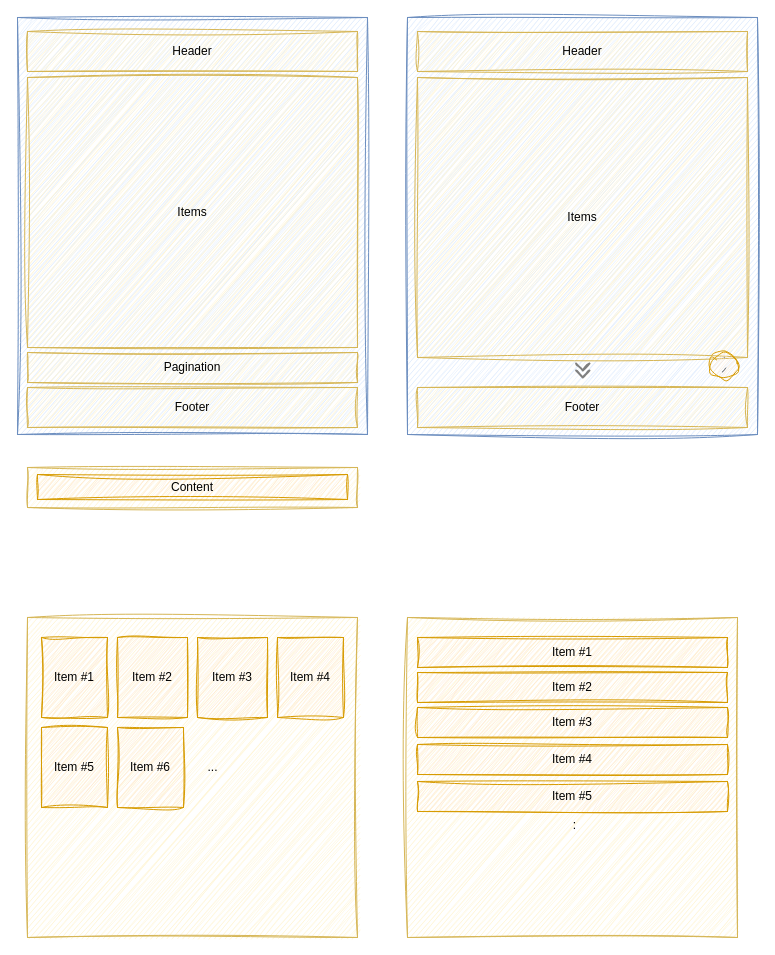
Earlier version of the draw.io diagram page "KGrid" (1 of 2) of docs/api/core/components/diagrams/collections.drawio (kalisio/kdk). Source tidied: cells renumbered, new cells numbered last; positions are measured from the earlier drawing's top-left corner, leaving out a move shared by most shapes. Both pictures are drawn from the tidied source at 100%, with x=0, y=0 at pixel (17, 17).
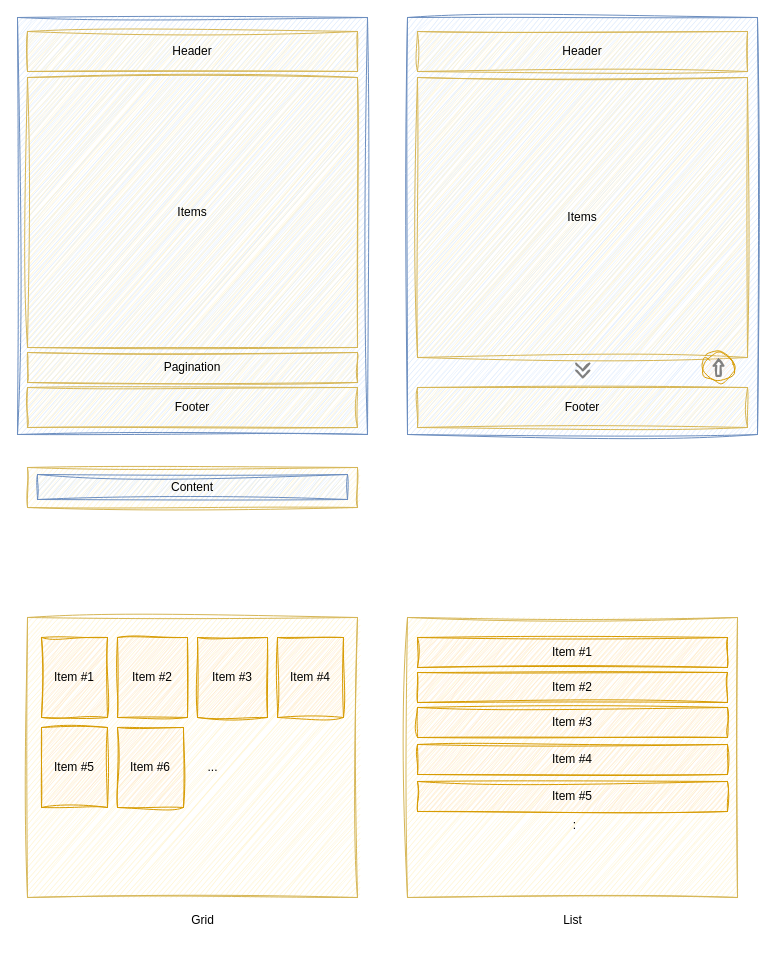
After the change.

Commit message:
docs: updated collections diagrams

What changed in the source:
```diff
@@
     <mxCell id="2" style="rounded=0;whiteSpace=wrap;html=1;fillColor=#fff2cc;strokeColor=#d6b656;sketch=1;curveFitting=1;jiggle=2;" parent="1" vertex="1">
-      <mxGeometry x="10" y="600" width="330" height="320" as="geometry" />
+      <mxGeometry x="10" y="600" width="330" height="280" as="geometry" />
     </mxCell>
@@
-    <mxCell id="13" style="group;align=center;verticalAlign=middle;sketch=1;curveFitting=1;jiggle=2;" parent="1" vertex="1">
-      <mxGeometry x="690" y="330" width="27" height="30" as="geometry" />
-    </mxCell>
-    <mxCell id="14" style="group;sketch=1;curveFitting=1;jiggle=2;" parent="13" vertex="1">
-      <mxGeometry x="3" y="5" width="27" height="27" as="geometry" />
-    </mxCell>
-    <mxCell id="15" style="ellipse;whiteSpace=wrap;html=1;fillColor=#ffe6cc;strokeColor=#d79b00;sketch=1;curveFitting=1;jiggle=2;" parent="14" vertex="1">
-      <mxGeometry width="27" height="27" as="geometry" />
-    </mxCell>
-    <mxCell id="16" style="shape=mxgraph.arrows.arrow_up;html=1;verticalLabelPosition=bottom;verticalAlign=top;strokeWidth=2;strokeColor=none;fillColor=#808080;sketch=1;curveFitting=1;jiggle=2;" parent="14" vertex="1">
-      <mxGeometry x="9.4" y="5.4" width="8.1" height="13.6" as="geometry" />
-    </mxCell>
@@
     <mxCell id="24" style="rounded=0;whiteSpace=wrap;html=1;fillColor=#fff2cc;strokeColor=#d6b656;sketch=1;curveFitting=1;jiggle=2;" parent="1" vertex="1">
-      <mxGeometry x="390" y="600" width="330" height="320" as="geometry" />
+      <mxGeometry x="390" y="600" width="330" height="280" as="geometry" />
     </mxCell>
@@
-    <mxCell id="31" value="Content" style="rounded=0;whiteSpace=wrap;html=1;fillColor=#ffe6cc;strokeColor=#d79b00;sketch=1;curveFitting=1;jiggle=2;" parent="1" vertex="1">
+    <mxCell id="31" value="Content" style="rounded=0;whiteSpace=wrap;html=1;fillColor=#dae8fc;strokeColor=#6c8ebf;sketch=1;curveFitting=1;jiggle=2;" parent="1" vertex="1">
       <mxGeometry x="20" y="457" width="310" height="25" as="geometry" />
     </mxCell>
@@
+    <mxCell id="14" style="group;sketch=1;curveFitting=1;jiggle=2;" parent="1" vertex="1">
+      <mxGeometry x="686" y="335" width="30" height="30" as="geometry" />
+    </mxCell>
+    <mxCell id="15" style="ellipse;whiteSpace=wrap;html=1;fillColor=#ffe6cc;strokeColor=#d79b00;sketch=1;curveFitting=1;jiggle=2;" parent="14" vertex="1">
+      <mxGeometry width="30" height="30" as="geometry" />
+    </mxCell>
+    <mxCell id="35" style="shape=mxgraph.arrows.arrow_up;html=1;verticalLabelPosition=bottom;verticalAlign=top;strokeWidth=2;strokeColor=#808080;sketch=1;curveFitting=1;jiggle=2;" parent="14" vertex="1">
+      <mxGeometry x="10" y="6.8" width="10" height="16.5" as="geometry" />
+    </mxCell>
+    <mxCell id="36" value="Grid" style="text;html=1;align=center;verticalAlign=middle;strokeColor=none;fillColor=none;sketch=1;curveFitting=1;jiggle=2;" parent="1" vertex="1">
+      <mxGeometry x="160" y="888" width="50" height="30" as="geometry" />
+    </mxCell>
+    <mxCell id="37" value="List" style="text;html=1;align=center;verticalAlign=middle;strokeColor=none;fillColor=none;sketch=1;curveFitting=1;jiggle=2;" parent="1" vertex="1">
+      <mxGeometry x="535" y="888" width="40" height="30" as="geometry" />
+    </mxCell>
```
